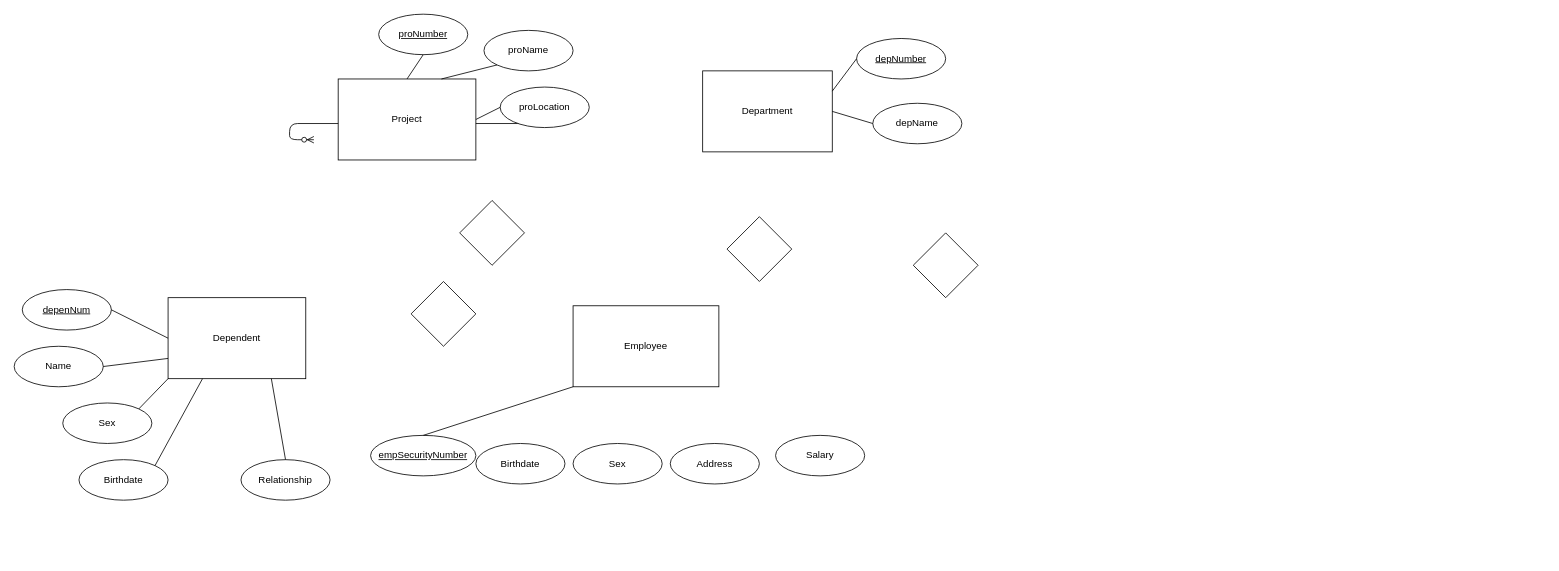
Earlier version of the draw.io diagram Exerise5.drawio (ngntanloc/math-util-live). Source tidied: cells renumbered, new cells numbered last; positions are measured from the earlier drawing's top-left corner, leaving out a move shared by most shapes. Both pictures are drawn from the tidied source at 81%, with x=0, y=0 at pixel (14, 14).
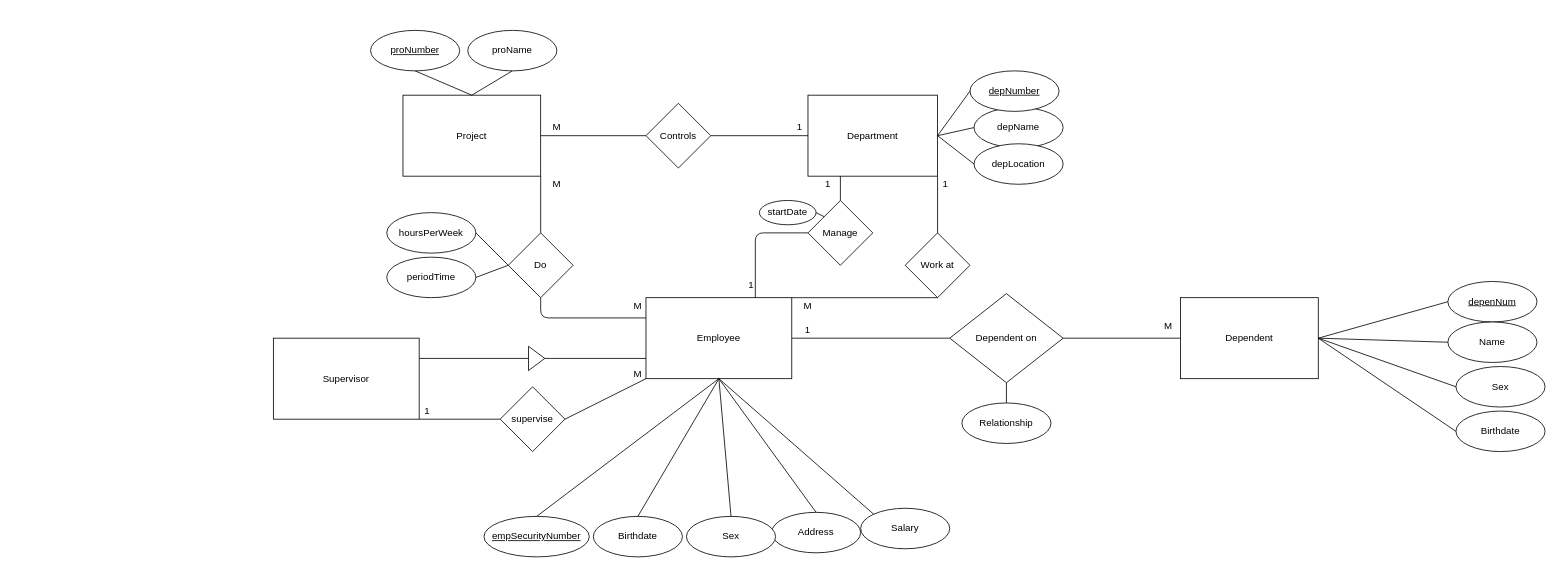
The same diagram, later.

Diff of the diagram source:
```diff
@@
-    <mxCell id="2" style="edgeStyle=entityRelationEdgeStyle;endArrow=ERzeroToMany;startArrow=ERone;endFill=1;startFill=0;" parent="1" edge="1">
-      <mxGeometry relative="1" as="geometry">
-        <mxPoint x="610" y="115" as="sourcePoint" />
-        <mxPoint x="370" y="155" as="targetPoint" />
-      </mxGeometry>
-    </mxCell>
     <mxCell id="3" value="Department&lt;br&gt;" style="rounded=0;whiteSpace=wrap;html=1;" parent="1" vertex="1">
-      <mxGeometry x="850" y="70" width="160" height="100" as="geometry" />
+      <mxGeometry x="980" y="100" width="160" height="100" as="geometry" />
     </mxCell>
     <mxCell id="4" value="depName&lt;br&gt;" style="ellipse;whiteSpace=wrap;html=1;" parent="1" vertex="1">
-      <mxGeometry x="1060" y="110" width="110" height="50" as="geometry" />
+      <mxGeometry x="1185" y="115" width="110" height="50" as="geometry" />
     </mxCell>
     <mxCell id="5" value="&lt;u&gt;depNumber&lt;/u&gt;" style="ellipse;whiteSpace=wrap;html=1;" parent="1" vertex="1">
-      <mxGeometry x="1040" y="30" width="110" height="50" as="geometry" />
+      <mxGeometry x="1180" y="70" width="110" height="50" as="geometry" />
     </mxCell>
     <mxCell id="6" value="Project&lt;br&gt;" style="rounded=0;whiteSpace=wrap;html=1;" parent="1" vertex="1">
-      <mxGeometry x="400" y="80" width="170" height="100" as="geometry" />
+      <mxGeometry x="480" y="100" width="170" height="100" as="geometry" />
     </mxCell>
     <mxCell id="7" value="&lt;u&gt;proNumber&lt;/u&gt;" style="ellipse;whiteSpace=wrap;html=1;" parent="1" vertex="1">
-      <mxGeometry x="450" width="110" height="50" as="geometry" />
+      <mxGeometry x="440" y="20" width="110" height="50" as="geometry" />
     </mxCell>
     <mxCell id="8" value="proName" style="ellipse;whiteSpace=wrap;html=1;" parent="1" vertex="1">
-      <mxGeometry x="580" y="20" width="110" height="50" as="geometry" />
+      <mxGeometry x="560" y="20" width="110" height="50" as="geometry" />
     </mxCell>
-    <mxCell id="9" value="proLocation&lt;br&gt;" style="ellipse;whiteSpace=wrap;html=1;" parent="1" vertex="1">
-      <mxGeometry x="600" y="90" width="110" height="50" as="geometry" />
-    </mxCell>
@@
-    <mxCell id="11" style="endArrow=none;html=1;entryX=0;entryY=1;entryDx=0;entryDy=0;exitX=0.75;exitY=0;exitDx=0;exitDy=0;" parent="1" edge="1" source="6" target="8">
+    <mxCell id="11" style="endArrow=none;html=1;entryX=0.5;entryY=1;entryDx=0;entryDy=0;exitX=0.5;exitY=0;exitDx=0;exitDy=0;" parent="1" edge="1" source="6" target="8">
       <mxGeometry relative="1" as="geometry" />
     </mxCell>
-    <mxCell id="12" style="endArrow=none;html=1;entryX=0;entryY=0.5;entryDx=0;entryDy=0;exitX=1;exitY=0.5;exitDx=0;exitDy=0;" parent="1" edge="1" source="6" target="9">
-      <mxGeometry relative="1" as="geometry" />
-    </mxCell>
     <mxCell id="13" value="Employee&lt;br&gt;" style="rounded=0;whiteSpace=wrap;html=1;" parent="1" vertex="1">
-      <mxGeometry x="690" y="360" width="180" height="100" as="geometry" />
+      <mxGeometry x="780" y="350" width="180" height="100" as="geometry" />
     </mxCell>
     <mxCell id="14" value="&lt;u&gt;empSecurityNumber&lt;/u&gt;" style="ellipse;whiteSpace=wrap;html=1;" parent="1" vertex="1">
-      <mxGeometry x="440" y="520" width="130" height="50" as="geometry" />
+      <mxGeometry x="580" y="620" width="130" height="50" as="geometry" />
     </mxCell>
     <mxCell id="15" value="Dependent&lt;br&gt;" style="rounded=0;whiteSpace=wrap;html=1;" parent="1" vertex="1">
-      <mxGeometry x="190" y="350" width="170" height="100" as="geometry" />
+      <mxGeometry x="1440" y="350" width="170" height="100" as="geometry" />
     </mxCell>
     <mxCell id="16" value="Address&lt;br&gt;" style="ellipse;whiteSpace=wrap;html=1;" parent="1" vertex="1">
-      <mxGeometry x="810" y="530" width="110" height="50" as="geometry" />
+      <mxGeometry x="935" y="615" width="110" height="50" as="geometry" />
     </mxCell>
     <mxCell id="17" value="Salary&lt;br&gt;" style="ellipse;whiteSpace=wrap;html=1;" parent="1" vertex="1">
-      <mxGeometry x="940" y="520" width="110" height="50" as="geometry" />
+      <mxGeometry x="1045" y="610" width="110" height="50" as="geometry" />
     </mxCell>
     <mxCell id="18" value="Sex" style="ellipse;whiteSpace=wrap;html=1;" parent="1" vertex="1">
-      <mxGeometry x="690" y="530" width="110" height="50" as="geometry" />
+      <mxGeometry x="830" y="620" width="110" height="50" as="geometry" />
     </mxCell>
     <mxCell id="19" value="Birthdate&lt;br&gt;" style="ellipse;whiteSpace=wrap;html=1;" parent="1" vertex="1">
-      <mxGeometry x="570" y="530" width="110" height="50" as="geometry" />
+      <mxGeometry x="715" y="620" width="110" height="50" as="geometry" />
     </mxCell>
     <mxCell id="20" value="&lt;u&gt;depenNum&lt;/u&gt;" style="ellipse;whiteSpace=wrap;html=1;" parent="1" vertex="1">
-      <mxGeometry x="10" y="340" width="110" height="50" as="geometry" />
+      <mxGeometry x="1770" y="330" width="110" height="50" as="geometry" />
     </mxCell>
     <mxCell id="21" value="Name&lt;br&gt;" style="ellipse;whiteSpace=wrap;html=1;" parent="1" vertex="1">
-      <mxGeometry y="410" width="110" height="50" as="geometry" />
+      <mxGeometry x="1770" y="380" width="110" height="50" as="geometry" />
     </mxCell>
     <mxCell id="22" value="Sex&lt;br&gt;" style="ellipse;whiteSpace=wrap;html=1;" parent="1" vertex="1">
-      <mxGeometry x="60" y="480" width="110" height="50" as="geometry" />
+      <mxGeometry x="1780" y="435" width="110" height="50" as="geometry" />
     </mxCell>
     <mxCell id="23" value="Birthdate" style="ellipse;whiteSpace=wrap;html=1;" parent="1" vertex="1">
-      <mxGeometry x="80" y="550" width="110" height="50" as="geometry" />
+      <mxGeometry x="1780" y="490" width="110" height="50" as="geometry" />
     </mxCell>
     <mxCell id="24" value="Relationship" style="ellipse;whiteSpace=wrap;html=1;" parent="1" vertex="1">
-      <mxGeometry x="280" y="550" width="110" height="50" as="geometry" />
+      <mxGeometry x="1170" y="480" width="110" height="50" as="geometry" />
     </mxCell>
-    <mxCell id="25" style="endArrow=none;html=1;exitX=1;exitY=0.5;exitDx=0;exitDy=0;entryX=0;entryY=0.5;entryDx=0;entryDy=0;" parent="1" edge="1" source="20" target="15">
+    <mxCell id="25" style="endArrow=none;html=1;exitX=0;exitY=0.5;exitDx=0;exitDy=0;entryX=1;entryY=0.5;entryDx=0;entryDy=0;" parent="1" edge="1" source="20" target="15">
       <mxGeometry relative="1" as="geometry" />
     </mxCell>
-    <mxCell id="26" style="endArrow=none;html=1;exitX=1;exitY=0.5;exitDx=0;exitDy=0;entryX=0;entryY=0.75;entryDx=0;entryDy=0;" parent="1" edge="1" source="21" target="15">
+    <mxCell id="26" style="endArrow=none;html=1;exitX=0;exitY=0.5;exitDx=0;exitDy=0;entryX=1;entryY=0.5;entryDx=0;entryDy=0;" parent="1" edge="1" source="21" target="15">
       <mxGeometry relative="1" as="geometry" />
     </mxCell>
-    <mxCell id="27" style="endArrow=none;html=1;exitX=1;exitY=0;exitDx=0;exitDy=0;entryX=0;entryY=1;entryDx=0;entryDy=0;" parent="1" edge="1" source="22" target="15">
+    <mxCell id="27" style="endArrow=none;html=1;exitX=0;exitY=0.5;exitDx=0;exitDy=0;entryX=1;entryY=0.5;entryDx=0;entryDy=0;" parent="1" edge="1" source="22" target="15">
       <mxGeometry relative="1" as="geometry" />
     </mxCell>
-    <mxCell id="28" style="endArrow=none;html=1;exitX=1;exitY=0;exitDx=0;exitDy=0;entryX=0.25;entryY=1;entryDx=0;entryDy=0;" parent="1" edge="1" source="23" target="15">
+    <mxCell id="28" style="endArrow=none;html=1;exitX=0;exitY=0.5;exitDx=0;exitDy=0;entryX=1;entryY=0.5;entryDx=0;entryDy=0;" parent="1" edge="1" source="23" target="15">
       <mxGeometry relative="1" as="geometry" />
     </mxCell>
-    <mxCell id="29" style="endArrow=none;html=1;exitX=0.5;exitY=0;exitDx=0;exitDy=0;entryX=0.75;entryY=1;entryDx=0;entryDy=0;" parent="1" edge="1" source="24" target="15">
+    <mxCell id="29" style="endArrow=none;html=1;exitX=0.5;exitY=0;exitDx=0;exitDy=0;entryX=0.5;entryY=1;entryDx=0;entryDy=0;" parent="1" edge="1" source="24" target="33">
       <mxGeometry relative="1" as="geometry" />
     </mxCell>
-    <mxCell id="30" style="rhombus;whiteSpace=wrap;html=1;" parent="1" vertex="1">
-      <mxGeometry x="1110" y="270" width="80" height="80" as="geometry" />
+    <mxCell id="30" value="Work at&lt;br&gt;" style="rhombus;whiteSpace=wrap;html=1;rotation=0;" parent="1" vertex="1">
+      <mxGeometry x="1100" y="270" width="80" height="80" as="geometry" />
     </mxCell>
-    <mxCell id="31" style="rhombus;whiteSpace=wrap;html=1;" parent="1" vertex="1">
-      <mxGeometry x="880" y="250" width="80" height="80" as="geometry" />
+    <mxCell id="31" value="Controls" style="rhombus;whiteSpace=wrap;html=1;" parent="1" vertex="1">
+      <mxGeometry x="780" y="110" width="80" height="80" as="geometry" />
     </mxCell>
-    <mxCell id="32" style="rhombus;whiteSpace=wrap;html=1;" parent="1" vertex="1">
-      <mxGeometry x="550" y="230" width="80" height="80" as="geometry" />
+    <mxCell id="32" value="Do" style="rhombus;whiteSpace=wrap;html=1;rotation=0;" parent="1" vertex="1">
+      <mxGeometry x="610" y="270" width="80" height="80" as="geometry" />
     </mxCell>
-    <mxCell id="33" style="rhombus;whiteSpace=wrap;html=1;" parent="1" vertex="1">
-      <mxGeometry x="490" y="330" width="80" height="80" as="geometry" />
+    <mxCell id="33" value="Dependent on" style="rhombus;whiteSpace=wrap;html=1;" parent="1" vertex="1">
+      <mxGeometry x="1155" y="345" width="140" height="110" as="geometry" />
     </mxCell>
-    <mxCell id="34" style="endArrow=none;html=1;entryX=0;entryY=0.5;entryDx=0;entryDy=0;exitX=1;exitY=0.25;exitDx=0;exitDy=0;" parent="1" edge="1" source="3" target="5">
+    <mxCell id="34" style="endArrow=none;html=1;entryX=0;entryY=0.5;entryDx=0;entryDy=0;exitX=1;exitY=0.5;exitDx=0;exitDy=0;" parent="1" edge="1" source="3" target="5">
       <mxGeometry relative="1" as="geometry" />
     </mxCell>
@@
-    <mxCell id="36" style="endArrow=none;html=1;exitX=0;exitY=1;exitDx=0;exitDy=0;entryX=0.5;entryY=0;entryDx=0;entryDy=0;" parent="1" edge="1" source="13" target="14">
+    <mxCell id="36" style="endArrow=none;html=1;exitX=0.5;exitY=1;exitDx=0;exitDy=0;entryX=0.5;entryY=0;entryDx=0;entryDy=0;" parent="1" edge="1" source="13" target="14">
       <mxGeometry relative="1" as="geometry" />
     </mxCell>
+    <mxCell id="37" style="endArrow=none;html=1;exitX=0.5;exitY=0;exitDx=0;exitDy=0;entryX=0.5;entryY=1;entryDx=0;entryDy=0;" parent="1" edge="1" source="19" target="13">
+      <mxGeometry relative="1" as="geometry" />
+    </mxCell>
+    <mxCell id="38" style="endArrow=none;html=1;exitX=0.5;exitY=0;exitDx=0;exitDy=0;entryX=0.5;entryY=1;entryDx=0;entryDy=0;" parent="1" edge="1" source="18" target="13">
+      <mxGeometry relative="1" as="geometry" />
+    </mxCell>
+    <mxCell id="39" style="endArrow=none;html=1;exitX=0.5;exitY=0;exitDx=0;exitDy=0;entryX=0.5;entryY=1;entryDx=0;entryDy=0;" parent="1" edge="1" source="16" target="13">
+      <mxGeometry relative="1" as="geometry" />
+    </mxCell>
+    <mxCell id="40" style="endArrow=none;html=1;exitX=0;exitY=0;exitDx=0;exitDy=0;entryX=0.5;entryY=1;entryDx=0;entryDy=0;" parent="1" edge="1" source="17" target="13">
+      <mxGeometry relative="1" as="geometry" />
+    </mxCell>
+    <mxCell id="41" style="endArrow=none;html=1;exitX=1;exitY=0.5;exitDx=0;exitDy=0;entryX=0;entryY=0.5;entryDx=0;entryDy=0;" parent="1" edge="1" source="13" target="33">
+      <mxGeometry relative="1" as="geometry" />
+    </mxCell>
+    <mxCell id="42" style="endArrow=none;html=1;exitX=0;exitY=0.5;exitDx=0;exitDy=0;entryX=1;entryY=0.5;entryDx=0;entryDy=0;" parent="1" edge="1" source="15" target="33">
+      <mxGeometry relative="1" as="geometry" />
+    </mxCell>
+    <mxCell id="43" value="1" style="text;html=1;strokeColor=none;fillColor=none;align=center;verticalAlign=middle;whiteSpace=wrap;rounded=0;" parent="1" vertex="1">
+      <mxGeometry x="960" y="380" width="40" height="20" as="geometry" />
+    </mxCell>
+    <mxCell id="44" value="M" style="text;html=1;strokeColor=none;fillColor=none;align=center;verticalAlign=middle;whiteSpace=wrap;rounded=0;" parent="1" vertex="1">
+      <mxGeometry x="1400" y="365" width="50" height="40" as="geometry" />
+    </mxCell>
+    <mxCell id="45" style="endArrow=none;html=1;entryX=0.5;entryY=1;entryDx=0;entryDy=0;exitX=1;exitY=0;exitDx=0;exitDy=0;" parent="1" edge="1" source="13" target="30">
+      <mxGeometry relative="1" as="geometry" />
+    </mxCell>
+    <mxCell id="46" style="endArrow=none;html=1;entryX=1;entryY=1;entryDx=0;entryDy=0;exitX=0.5;exitY=0;exitDx=0;exitDy=0;" parent="1" edge="1" source="30" target="3">
+      <mxGeometry relative="1" as="geometry" />
+    </mxCell>
+    <mxCell id="47" value="M" style="text;html=1;strokeColor=none;fillColor=none;align=center;verticalAlign=middle;whiteSpace=wrap;rounded=0;" parent="1" vertex="1">
+      <mxGeometry x="960" y="350" width="40" height="20" as="geometry" />
+    </mxCell>
+    <mxCell id="48" value="1" style="text;html=1;strokeColor=none;fillColor=none;align=center;verticalAlign=middle;whiteSpace=wrap;rounded=0;" parent="1" vertex="1">
+      <mxGeometry x="1130" y="200" width="40" height="20" as="geometry" />
+    </mxCell>
+    <mxCell id="49" style="endArrow=none;html=1;exitX=0;exitY=0.25;exitDx=0;exitDy=0;entryX=0.5;entryY=1;entryDx=0;entryDy=0;" parent="1" edge="1" source="13" target="32">
+      <mxGeometry relative="1" as="geometry">
+        <Array as="points">
+          <mxPoint x="650" y="375" />
+        </Array>
+      </mxGeometry>
+    </mxCell>
+    <mxCell id="50" style="endArrow=none;html=1;exitX=0.5;exitY=0;exitDx=0;exitDy=0;entryX=1;entryY=1;entryDx=0;entryDy=0;" parent="1" edge="1" source="32" target="6">
+      <mxGeometry relative="1" as="geometry" />
+    </mxCell>
+    <mxCell id="51" value="M" style="text;html=1;strokeColor=none;fillColor=none;align=center;verticalAlign=middle;whiteSpace=wrap;rounded=0;" parent="1" vertex="1">
+      <mxGeometry x="750" y="350" width="40" height="20" as="geometry" />
+    </mxCell>
+    <mxCell id="52" value="M" style="text;html=1;strokeColor=none;fillColor=none;align=center;verticalAlign=middle;whiteSpace=wrap;rounded=0;" parent="1" vertex="1">
+      <mxGeometry x="650" y="200" width="40" height="20" as="geometry" />
+    </mxCell>
+    <mxCell id="53" style="endArrow=none;html=1;exitX=1;exitY=0.5;exitDx=0;exitDy=0;entryX=0;entryY=0.5;entryDx=0;entryDy=0;" parent="1" edge="1" source="31" target="3">
+      <mxGeometry relative="1" as="geometry" />
+    </mxCell>
+    <mxCell id="54" style="endArrow=none;html=1;exitX=1;exitY=0.5;exitDx=0;exitDy=0;entryX=0;entryY=0.5;entryDx=0;entryDy=0;" parent="1" edge="1" source="6" target="31">
+      <mxGeometry relative="1" as="geometry" />
+    </mxCell>
+    <mxCell id="55" value="M" style="text;html=1;strokeColor=none;fillColor=none;align=center;verticalAlign=middle;whiteSpace=wrap;rounded=0;" parent="1" vertex="1">
+      <mxGeometry x="650" y="130" width="40" height="20" as="geometry" />
+    </mxCell>
+    <mxCell id="56" value="1" style="text;html=1;strokeColor=none;fillColor=none;align=center;verticalAlign=middle;whiteSpace=wrap;rounded=0;" parent="1" vertex="1">
+      <mxGeometry x="950" y="130" width="40" height="20" as="geometry" />
+    </mxCell>
+    <mxCell id="57" value="hoursPerWeek" style="ellipse;whiteSpace=wrap;html=1;" parent="1" vertex="1">
+      <mxGeometry x="460" y="245" width="110" height="50" as="geometry" />
+    </mxCell>
+    <mxCell id="58" style="endArrow=none;html=1;exitX=1;exitY=0.5;exitDx=0;exitDy=0;entryX=0;entryY=0.5;entryDx=0;entryDy=0;" parent="1" edge="1" source="57" target="32">
+      <mxGeometry relative="1" as="geometry" />
+    </mxCell>
+    <mxCell id="59" value="Supervisor&lt;br&gt;" style="rounded=0;whiteSpace=wrap;html=1;" parent="1" vertex="1">
+      <mxGeometry x="320" y="400" width="180" height="100" as="geometry" />
+    </mxCell>
+    <mxCell id="60" style="endArrow=none;html=1;exitX=0.75;exitY=0.5;exitDx=0;exitDy=0;entryX=0;entryY=0.75;entryDx=0;entryDy=0;startArrow=none;exitPerimeter=0;" parent="1" edge="1" source="61" target="13">
+      <mxGeometry relative="1" as="geometry" />
+    </mxCell>
+    <mxCell id="61" style="triangle;whiteSpace=wrap;html=1;" parent="1" vertex="1">
+      <mxGeometry x="635" y="410" width="20" height="30" as="geometry" />
+    </mxCell>
+    <mxCell id="62" style="endArrow=none;html=1;exitX=1;exitY=0.25;exitDx=0;exitDy=0;entryX=0;entryY=0.5;entryDx=0;entryDy=0;" parent="1" edge="1" source="59" target="61">
+      <mxGeometry relative="1" as="geometry" />
+    </mxCell>
+    <mxCell id="63" value="supervise" style="rhombus;whiteSpace=wrap;html=1;" parent="1" vertex="1">
+      <mxGeometry x="600" y="460" width="80" height="80" as="geometry" />
+    </mxCell>
+    <mxCell id="64" style="endArrow=none;html=1;exitX=1;exitY=1;exitDx=0;exitDy=0;entryX=0;entryY=0.5;entryDx=0;entryDy=0;" parent="1" edge="1" source="59" target="63">
+      <mxGeometry relative="1" as="geometry" />
+    </mxCell>
+    <mxCell id="65" style="endArrow=none;html=1;exitX=1;exitY=0.5;exitDx=0;exitDy=0;entryX=0;entryY=1;entryDx=0;entryDy=0;" parent="1" edge="1" source="63" target="13">
+      <mxGeometry relative="1" as="geometry" />
+    </mxCell>
+    <mxCell id="66" value="1" style="text;html=1;strokeColor=none;fillColor=none;align=center;verticalAlign=middle;whiteSpace=wrap;rounded=0;" parent="1" vertex="1">
+      <mxGeometry x="490" y="480" width="40" height="20" as="geometry" />
+    </mxCell>
+    <mxCell id="67" value="M" style="text;html=1;strokeColor=none;fillColor=none;align=center;verticalAlign=middle;whiteSpace=wrap;rounded=0;" parent="1" vertex="1">
+      <mxGeometry x="750" y="435" width="40" height="20" as="geometry" />
+    </mxCell>
+    <mxCell id="68" value="Manage" style="rhombus;whiteSpace=wrap;html=1;" parent="1" vertex="1">
+      <mxGeometry x="980" y="230" width="80" height="80" as="geometry" />
+    </mxCell>
+    <mxCell id="69" value="1" style="text;html=1;strokeColor=none;fillColor=none;align=center;verticalAlign=middle;whiteSpace=wrap;rounded=0;" parent="1" vertex="1">
+      <mxGeometry x="890" y="325" width="40" height="20" as="geometry" />
+    </mxCell>
+    <mxCell id="70" style="endArrow=none;html=1;entryX=0;entryY=0.5;entryDx=0;entryDy=0;exitX=0.75;exitY=0;exitDx=0;exitDy=0;" parent="1" edge="1" source="13" target="68">
+      <mxGeometry relative="1" as="geometry">
+        <Array as="points">
+          <mxPoint x="915" y="270" />
+        </Array>
+      </mxGeometry>
+    </mxCell>
+    <mxCell id="71" style="endArrow=none;html=1;entryX=0.5;entryY=0;entryDx=0;entryDy=0;exitX=0.25;exitY=1;exitDx=0;exitDy=0;" parent="1" edge="1" source="3" target="68">
+      <mxGeometry relative="1" as="geometry" />
+    </mxCell>
+    <mxCell id="72" value="1" style="text;html=1;strokeColor=none;fillColor=none;align=center;verticalAlign=middle;whiteSpace=wrap;rounded=0;" parent="1" vertex="1">
+      <mxGeometry x="990" y="200" width="30" height="20" as="geometry" />
+    </mxCell>
+    <mxCell id="73" value="startDate" style="ellipse;whiteSpace=wrap;html=1;" parent="1" vertex="1">
+      <mxGeometry x="920" y="230" width="70" height="30" as="geometry" />
+    </mxCell>
+    <mxCell id="74" style="endArrow=none;html=1;entryX=0;entryY=0;entryDx=0;entryDy=0;exitX=1;exitY=0.5;exitDx=0;exitDy=0;" parent="1" edge="1" source="73" target="68">
+      <mxGeometry relative="1" as="geometry" />
+    </mxCell>
+    <mxCell id="75" value="depLocation" style="ellipse;whiteSpace=wrap;html=1;" parent="1" vertex="1">
+      <mxGeometry x="1185" y="160" width="110" height="50" as="geometry" />
+    </mxCell>
+    <mxCell id="76" style="endArrow=none;html=1;entryX=1;entryY=0.5;entryDx=0;entryDy=0;exitX=0;exitY=0.5;exitDx=0;exitDy=0;" parent="1" edge="1" source="75" target="3">
+      <mxGeometry relative="1" as="geometry" />
+    </mxCell>
+    <mxCell id="77" value="periodTime&lt;br&gt;" style="ellipse;whiteSpace=wrap;html=1;" parent="1" vertex="1">
+      <mxGeometry x="460" y="300" width="110" height="50" as="geometry" />
+    </mxCell>
+    <mxCell id="78" style="endArrow=none;html=1;entryX=1;entryY=0.5;entryDx=0;entryDy=0;exitX=0;exitY=0.5;exitDx=0;exitDy=0;" parent="1" edge="1" source="32" target="77">
+      <mxGeometry relative="1" as="geometry" />
+    </mxCell>
```
